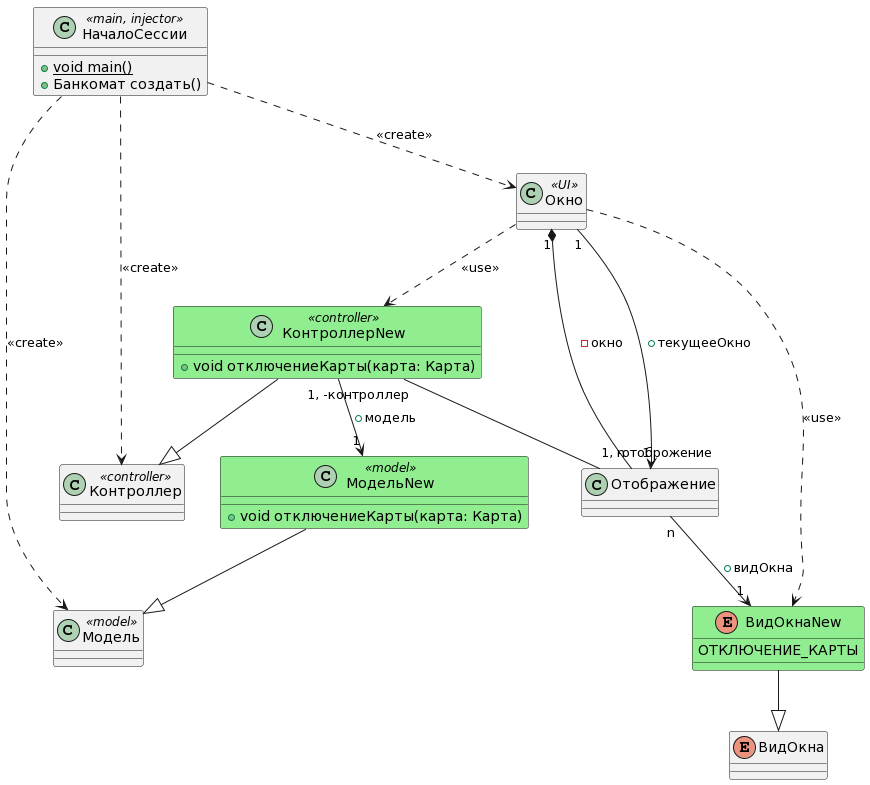
Earlier version of the PlantUML export doc/classDiagram2.png (ArianaM03/PPVIS).
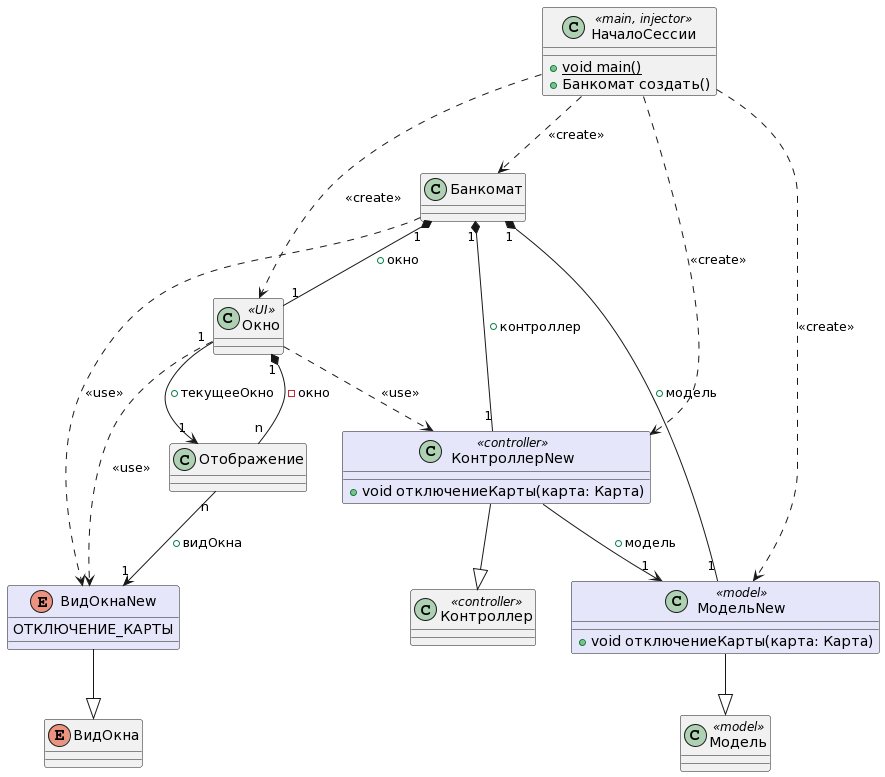
The same file after the commit.

Diff of the diagram source:
```diff
@@ -4,15 +4,19 @@
     + Банкомат создать()
 }
 
-НачалоСессии ..> Модель : <<create>>
-НачалоСессии ..> Контроллер : <<create>>
-НачалоСессии ..> Окно : <<create>>
+НачалоСессии ..> МодельNew: <<create>>
+НачалоСессии ..> КонтроллерNew: <<create>>
+НачалоСессии ..> Окно: <<create>>
+НачалоСессии ..> Банкомат : <<create>>
+
+class Банкомат{
+}
 
 class Модель <<model>>
 {
 }
 
-class МодельNew <<model>> #back:lightgreen
+class МодельNew <<model>> #back:lavender
 {
     + void отключениеКарты(карта: Карта)
 }
@@ -23,15 +27,12 @@
 {
 }
 
-class КонтроллерNew <<controller>> #back:lightgreen
+class КонтроллерNew <<controller>> #back:lavender
 {
     + void отключениеКарты(карта: Карта)
 }
 
 КонтроллерNew --|> Контроллер
-
-КонтроллерNew --> "1" МодельNew : +модель
-
 
 class Окно <<UI>>{
 }
@@ -43,17 +44,23 @@
 enum ВидОкна{
 }
 
-enum ВидОкнаNew #back:lightgreen
+enum ВидОкнаNew #back:lavender
 {
     ОТКЛЮЧЕНИЕ_КАРТЫ
 }
 
 ВидОкнаNew --|> ВидОкна
 
+Банкомат "1" *-- "1" КонтроллерNew: +контроллер
+Банкомат "1" *-- "1" МодельNew: +модель
+Банкомат "1" *-- "1" Окно: +окно
+Банкомат ..> ВидОкнаNew: <<use>>
+
+КонтроллерNew --> "1" МодельNew : +модель
+
 Окно ..> ВидОкнаNew: <<use>>
 Окно ..> КонтроллерNew: <<use>>
 Окно "1" *-- "n" Отображение: -окно
 Отображение "n" -->  "1" ВидОкнаNew: +видОкна
 Окно "1" --> "1" Отображение: +текущееОкно
-КонтроллерNew "1, -контроллер" -- "1, -отоброжение" Отображение
 @enduml
```
